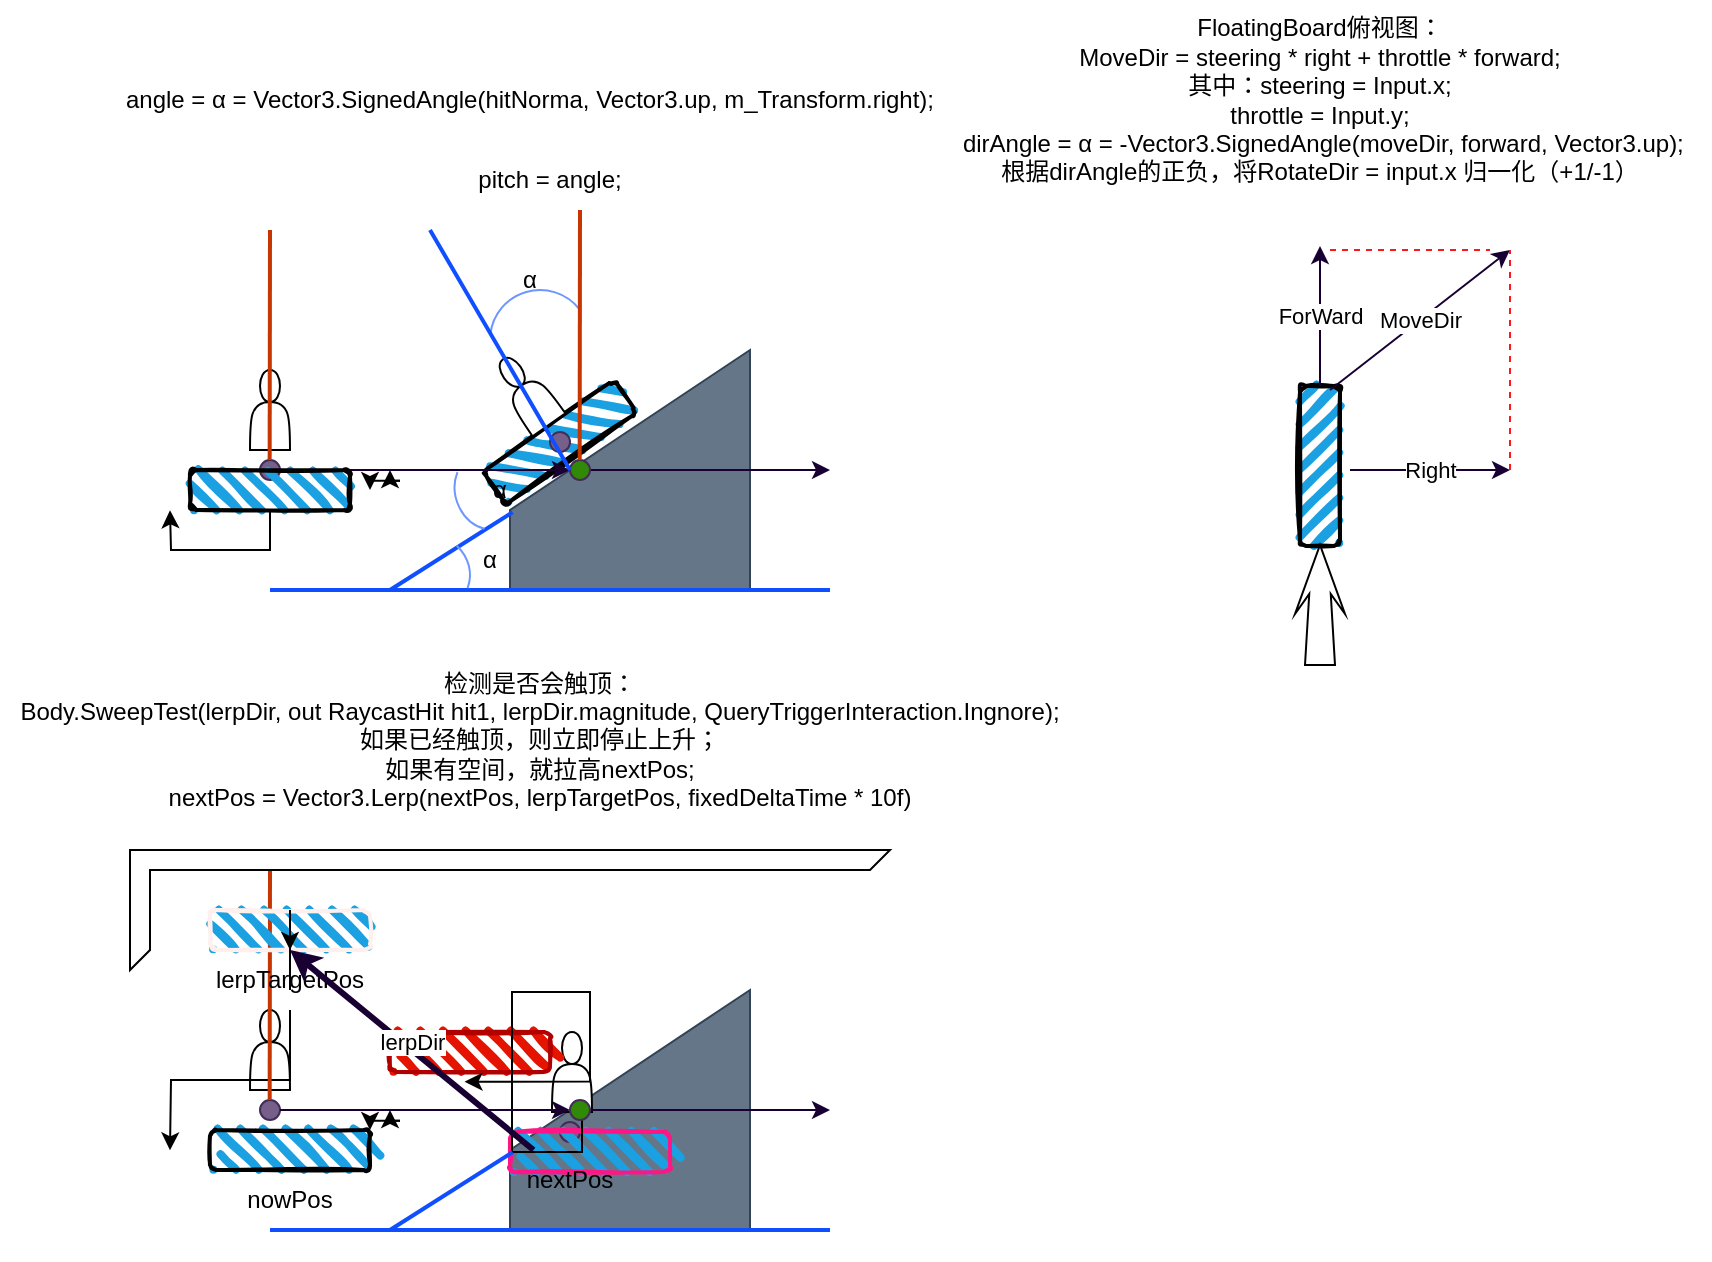
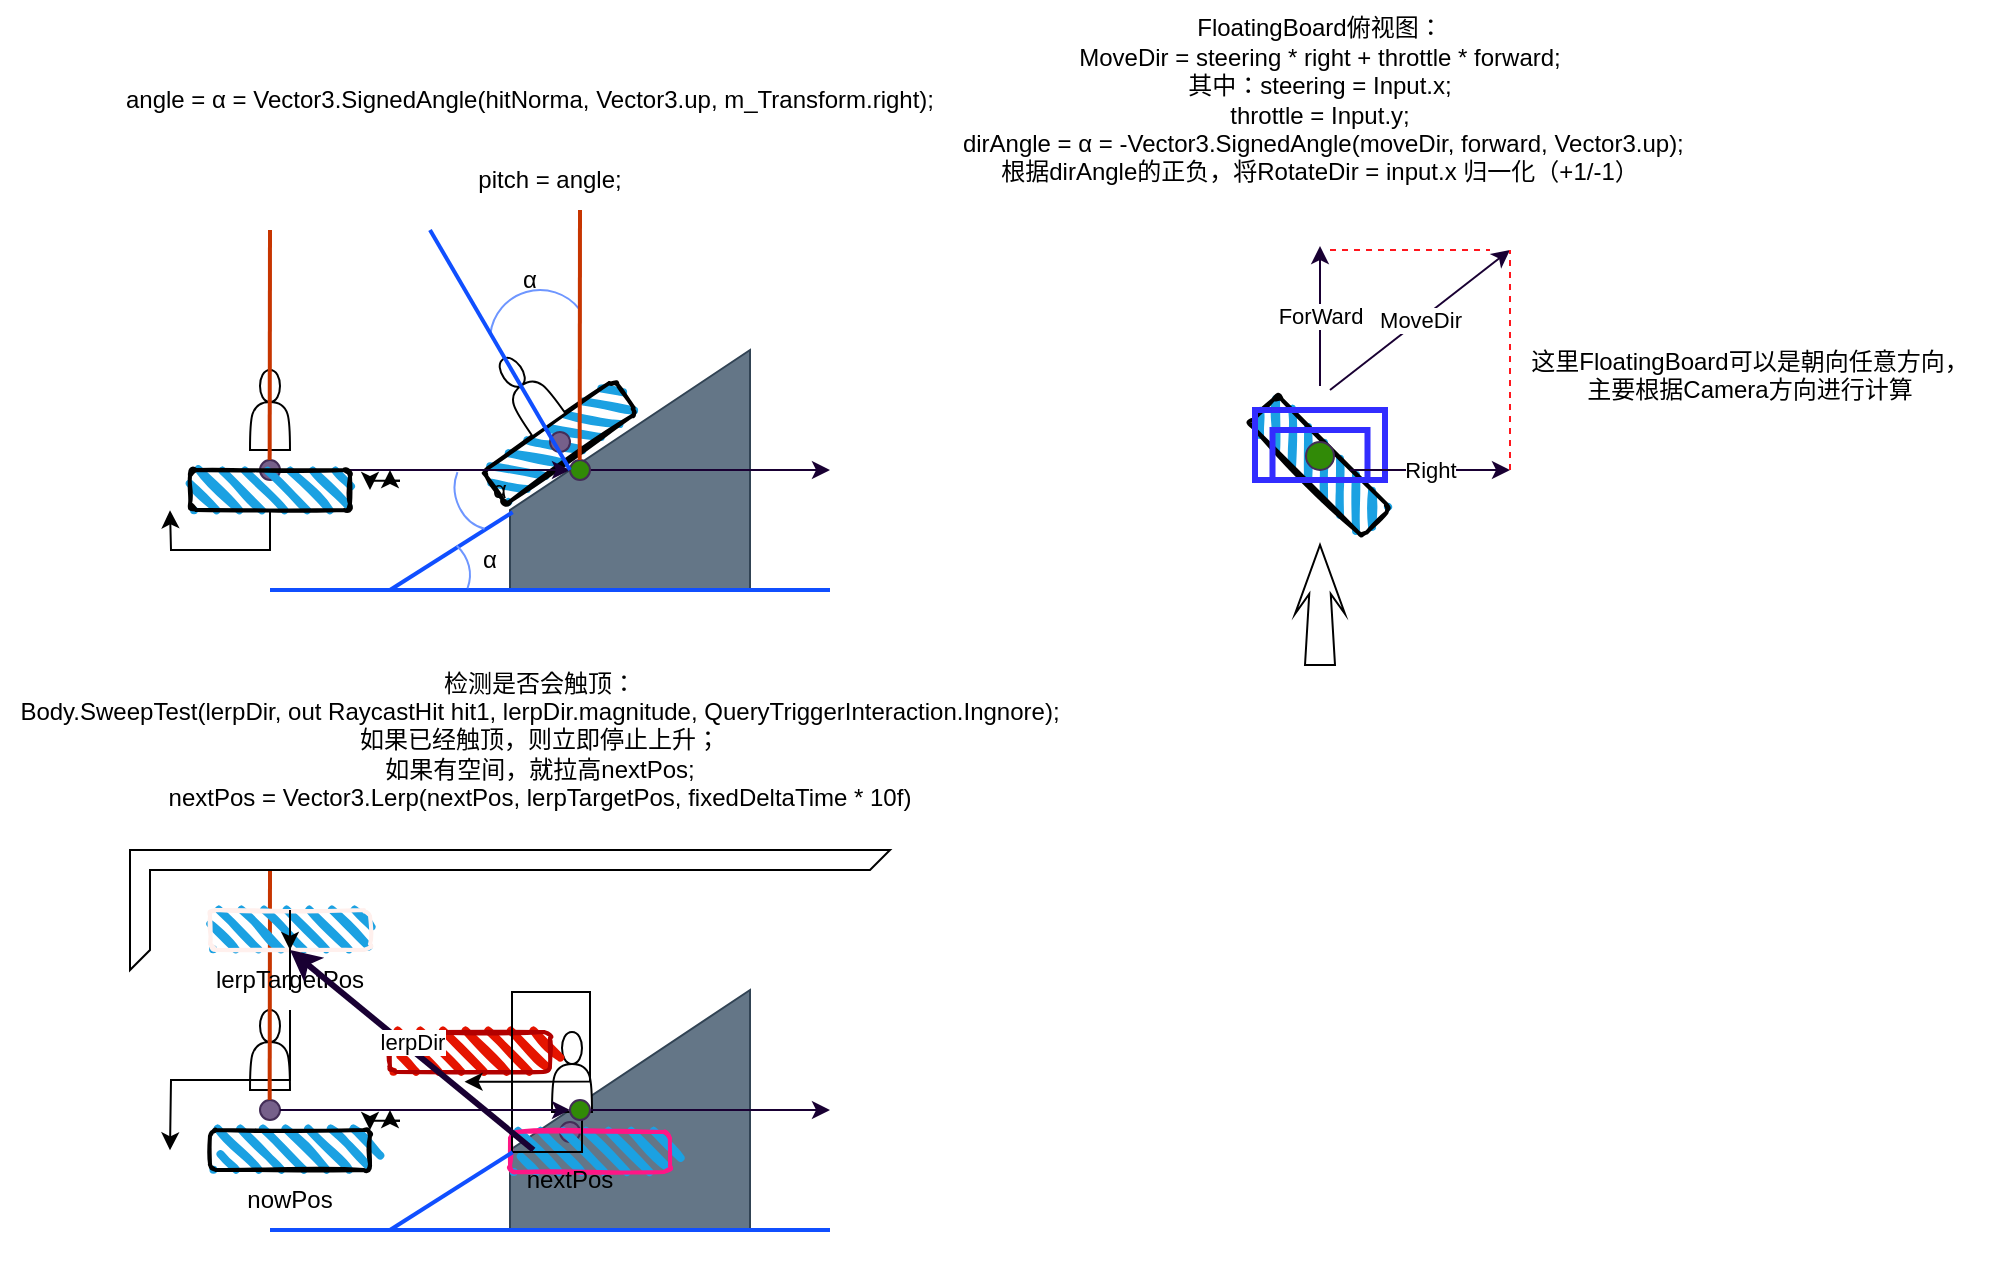
<mxfile host="app.diagrams.net">
  <diagram name="第 1 页" id="Z0DC_knzU1L9sbGcegjl">
-     <mxGraphModel dx="1557" dy="467" grid="1" gridSize="10" guides="1" tooltips="1" connect="1" arrows="1" fold="1" page="1" pageScale="1" pageWidth="827" pageHeight="1169" background="light-dark(#FFFFFF,#FFFFFF)" math="0" shadow="0">
+     <mxGraphModel dx="1338" dy="327" grid="1" gridSize="10" guides="1" tooltips="1" connect="1" arrows="1" fold="1" page="1" pageScale="1" pageWidth="827" pageHeight="1169" background="light-dark(#FFFFFF,#FFFFFF)" math="0" shadow="0">
      <root>
        <mxCell id="0" />
        <mxCell id="1" parent="0" />
        <mxCell id="fx_5rI_hlLQzRWBr8DUU-49" parent="1" style="text;html=1;whiteSpace=wrap;strokeColor=none;fillColor=none;align=center;verticalAlign=middle;rounded=0;autosize=1;resizable=0;fontColor=light-dark(#000000, #080808);" value="angle = α = Vector3.SignedAngle(hitNorma, Vector3.up, m_Transform.right);" vertex="1">
          <mxGeometry height="30" width="430" x="35" y="60" as="geometry" />
        </mxCell>
        <mxCell id="fx_5rI_hlLQzRWBr8DUU-50" parent="1" style="text;html=1;whiteSpace=wrap;strokeColor=none;fillColor=none;align=center;verticalAlign=middle;rounded=0;autosize=1;resizable=0;fontColor=light-dark(#000000, #080808);" value="FloatingBoard俯视图：&lt;br&gt;MoveDir = steering * right + throttle * forward;&lt;div&gt;其中：steering = Input.x;&lt;br&gt;throttle = Input.y;&lt;/div&gt;&lt;div&gt;&lt;span style=&quot;background-color: transparent; color: light-dark(rgb(0, 0, 0), rgb(8, 8, 8));&quot;&gt;&amp;nbsp;&lt;/span&gt;&lt;span style=&quot;background-color: transparent; color: light-dark(rgb(0, 0, 0), rgb(8, 8, 8));&quot;&gt;dirAngle =&amp;nbsp;&lt;/span&gt;α = -Vector3.SignedAngle(moveDir, forward, Vector3.up);&lt;br&gt;根据dirAngle的正负，将RotateDir = input.x 归一化（+1/-1）&lt;/div&gt;" vertex="1">
          <mxGeometry height="100" width="390" x="450" y="25" as="geometry" />
        </mxCell>
        <mxCell id="fx_5rI_hlLQzRWBr8DUU-58" connectable="0" parent="1" style="group;rotation=-90;" value="" vertex="1">
-           <mxGeometry height="25" width="210" x="540" y="240" as="geometry" />
-         </mxCell>
-         <mxCell id="fx_5rI_hlLQzRWBr8DUU-4" parent="fx_5rI_hlLQzRWBr8DUU-58" style="rounded=1;whiteSpace=wrap;html=1;strokeWidth=2;fillWeight=4;hachureGap=8;hachureAngle=45;fillColor=#1ba1e2;sketch=1;rotation=-90;" value="" vertex="1">
+           <mxGeometry height="35" width="210" x="540" y="240" as="geometry" />
+         </mxCell>
+         <mxCell id="fx_5rI_hlLQzRWBr8DUU-4" parent="fx_5rI_hlLQzRWBr8DUU-58" style="rounded=1;whiteSpace=wrap;html=1;strokeWidth=2;fillWeight=4;hachureGap=8;hachureAngle=45;fillColor=#1ba1e2;sketch=1;rotation=-135;" value="" vertex="1">
          <mxGeometry height="20" width="80" x="65" y="8" as="geometry" />
        </mxCell>
        <mxCell id="fx_5rI_hlLQzRWBr8DUU-54" parent="fx_5rI_hlLQzRWBr8DUU-58" style="html=1;shadow=0;dashed=0;align=center;verticalAlign=middle;shape=mxgraph.arrows2.stylisedArrow;dy=0.57;dx=24.48;notch=0;feather=0.4;rotation=-90;" value="" vertex="1">
          <mxGeometry height="25" width="60" x="75" y="75" as="geometry" />
        </mxCell>
        <mxCell id="fx_5rI_hlLQzRWBr8DUU-56" edge="1" parent="fx_5rI_hlLQzRWBr8DUU-58" style="endArrow=classic;html=1;rounded=0;endFill=1;strokeWidth=1;strokeColor=light-dark(#190033,#000033);" value="ForWard">
          <mxGeometry height="50" relative="1" width="50" as="geometry">
            <mxPoint x="105" y="-22" as="sourcePoint" />
            <mxPoint x="105" y="-92" as="targetPoint" />
          </mxGeometry>
+         </mxCell>
+         <mxCell id="fx_5rI_hlLQzRWBr8DUU-109" parent="fx_5rI_hlLQzRWBr8DUU-58" style="verticalLabelPosition=bottom;verticalAlign=top;html=1;shape=mxgraph.basic.rect;fillColor2=none;strokeWidth=3;size=20;indent=5;fillColor=none;strokeColor=#322DFF;" value="" vertex="1">
+           <mxGeometry height="35" width="65" x="72.5" y="-10" as="geometry" />
+         </mxCell>
+         <mxCell id="fx_5rI_hlLQzRWBr8DUU-111" parent="fx_5rI_hlLQzRWBr8DUU-58" style="verticalLabelPosition=bottom;verticalAlign=top;html=1;shape=mxgraph.basic.rect;fillColor2=none;strokeWidth=3;size=20;indent=5;fillColor=none;strokeColor=#322DFF;" value="" vertex="1">
+           <mxGeometry height="25" width="47.5" x="81.25" as="geometry" />
+         </mxCell>
+         <mxCell id="fx_5rI_hlLQzRWBr8DUU-112" parent="fx_5rI_hlLQzRWBr8DUU-58" style="ellipse;whiteSpace=wrap;html=1;aspect=fixed;strokeColor=#432D57;fillColor=#318A07;fontColor=#ffffff;" value="" vertex="1">
+           <mxGeometry height="14" width="14" x="98" y="6" as="geometry" />
        </mxCell>
        <mxCell id="fx_5rI_hlLQzRWBr8DUU-60" parent="1" style="text;html=1;whiteSpace=wrap;strokeColor=none;fillColor=none;align=center;verticalAlign=middle;rounded=0;autosize=1;resizable=0;fontColor=light-dark(#000000, #080808);" value="pitch = angle;" vertex="1">
          <mxGeometry height="30" width="100" x="210" y="100" as="geometry" />
        </mxCell>
        <mxCell id="fx_5rI_hlLQzRWBr8DUU-61" edge="1" parent="1" style="endArrow=classic;html=1;rounded=0;endFill=1;strokeWidth=1;strokeColor=light-dark(#190033,#000033);" value="Right">
          <mxGeometry height="50" relative="1" width="50" as="geometry">
            <mxPoint x="660" y="260" as="sourcePoint" />
            <mxPoint x="740" y="260" as="targetPoint" />
          </mxGeometry>
        </mxCell>
        <mxCell id="fx_5rI_hlLQzRWBr8DUU-62" edge="1" parent="1" style="endArrow=classic;html=1;rounded=0;endFill=1;strokeWidth=1;strokeColor=light-dark(#190033,#000033);" value="MoveDir">
          <mxGeometry height="50" relative="1" width="50" as="geometry">
            <mxPoint x="650" y="220" as="sourcePoint" />
            <mxPoint x="740" y="150" as="targetPoint" />
          </mxGeometry>
        </mxCell>
        <mxCell id="fx_5rI_hlLQzRWBr8DUU-63" edge="1" parent="1" style="endArrow=none;dashed=1;html=1;rounded=0;strokeColor=#FF161D;fillColor=#76608a;" value="">
          <mxGeometry height="50" relative="1" width="50" as="geometry">
            <mxPoint x="650" y="150" as="sourcePoint" />
            <mxPoint x="730" y="150" as="targetPoint" />
          </mxGeometry>
        </mxCell>
        <mxCell id="fx_5rI_hlLQzRWBr8DUU-64" edge="1" parent="1" style="endArrow=none;dashed=1;html=1;rounded=0;strokeColor=#FF161D;fillColor=#76608a;" value="">
          <mxGeometry height="50" relative="1" width="50" as="geometry">
            <mxPoint x="740" y="260" as="sourcePoint" />
            <mxPoint x="740" y="150" as="targetPoint" />
          </mxGeometry>
        </mxCell>
        <mxCell id="fx_5rI_hlLQzRWBr8DUU-65" connectable="0" parent="1" style="group" value="" vertex="1">
          <mxGeometry height="205" width="320" x="80" y="130" as="geometry" />
        </mxCell>
        <mxCell id="fx_5rI_hlLQzRWBr8DUU-37" connectable="0" parent="fx_5rI_hlLQzRWBr8DUU-65" style="group;rotation=-35;" value="" vertex="1">
          <mxGeometry height="70" width="80" x="130" y="60" as="geometry" />
        </mxCell>
        <mxCell id="fx_5rI_hlLQzRWBr8DUU-38" parent="fx_5rI_hlLQzRWBr8DUU-37" style="rounded=1;whiteSpace=wrap;html=1;strokeWidth=2;fillWeight=4;hachureGap=8;hachureAngle=45;fillColor=#1ba1e2;sketch=1;rotation=-35;" value="" vertex="1">
          <mxGeometry height="20" width="80" x="15" y="46" as="geometry" />
        </mxCell>
        <mxCell id="fx_5rI_hlLQzRWBr8DUU-39" parent="fx_5rI_hlLQzRWBr8DUU-37" style="shape=actor;whiteSpace=wrap;html=1;rotation=-35;" value="" vertex="1">
          <mxGeometry height="40" width="20" x="28" y="11" as="geometry" />
        </mxCell>
        <mxCell id="fx_5rI_hlLQzRWBr8DUU-40" parent="fx_5rI_hlLQzRWBr8DUU-37" style="ellipse;whiteSpace=wrap;html=1;aspect=fixed;strokeColor=#432D57;fillColor=#76608a;fontColor=#ffffff;rotation=-35;" value="" vertex="1">
          <mxGeometry height="10" width="10" x="50" y="51" as="geometry" />
        </mxCell>
        <mxCell id="fx_5rI_hlLQzRWBr8DUU-41" parent="fx_5rI_hlLQzRWBr8DUU-37" style="shape=mxgraph.basic.arc;html=1;startAngle=0.7682831795977167;endAngle=0.14289333360926398;endArrow=classic;endFill=1;fontColor=light-dark(default, #bb2a2a);strokeColor=#6E96FF;rotation=0;" value="" vertex="1">
          <mxGeometry height="50" width="50" x="20" y="-20" as="geometry" />
        </mxCell>
        <mxCell id="fx_5rI_hlLQzRWBr8DUU-6" parent="fx_5rI_hlLQzRWBr8DUU-65" style="shape=manualInput;boundedLbl=1;whiteSpace=wrap;html=1;size=80;fillColor=#647687;fontColor=#ffffff;strokeColor=#314354;" value="" vertex="1">
          <mxGeometry height="120" width="120" x="160" y="70" as="geometry" />
        </mxCell>
        <mxCell id="fx_5rI_hlLQzRWBr8DUU-7" connectable="0" parent="fx_5rI_hlLQzRWBr8DUU-65" style="group" value="" vertex="1">
          <mxGeometry height="70" width="80" y="70" as="geometry" />
        </mxCell>
        <mxCell id="fx_5rI_hlLQzRWBr8DUU-5" parent="fx_5rI_hlLQzRWBr8DUU-7" style="shape=actor;whiteSpace=wrap;html=1;" value="" vertex="1">
          <mxGeometry height="40" width="20" x="30" y="10" as="geometry" />
        </mxCell>
        <mxCell id="fx_5rI_hlLQzRWBr8DUU-15" parent="fx_5rI_hlLQzRWBr8DUU-7" style="ellipse;whiteSpace=wrap;html=1;aspect=fixed;strokeColor=#432D57;fillColor=#76608a;fontColor=#ffffff;" value="" vertex="1">
          <mxGeometry height="10" width="10" x="35" y="55" as="geometry" />
        </mxCell>
        <mxCell id="fx_5rI_hlLQzRWBr8DUU-52" edge="1" parent="fx_5rI_hlLQzRWBr8DUU-7" source="fx_5rI_hlLQzRWBr8DUU-51" style="edgeStyle=orthogonalEdgeStyle;rounded=0;orthogonalLoop=1;jettySize=auto;html=1;exitX=0.5;exitY=1;exitDx=0;exitDy=0;">
          <mxGeometry relative="1" as="geometry">
            <mxPoint x="-10" y="80.14285714285711" as="targetPoint" />
          </mxGeometry>
        </mxCell>
        <mxCell id="fx_5rI_hlLQzRWBr8DUU-14" edge="1" parent="fx_5rI_hlLQzRWBr8DUU-65" source="fx_5rI_hlLQzRWBr8DUU-18" style="endArrow=classic;html=1;rounded=0;endFill=1;strokeWidth=1;strokeColor=light-dark(#190033,#000033);exitX=1;exitY=0.5;exitDx=0;exitDy=0;" value="">
          <mxGeometry height="50" relative="1" width="50" as="geometry">
            <mxPoint x="120" y="129.86" as="sourcePoint" />
            <mxPoint x="320" y="130" as="targetPoint" />
          </mxGeometry>
        </mxCell>
        <mxCell id="fx_5rI_hlLQzRWBr8DUU-18" parent="fx_5rI_hlLQzRWBr8DUU-65" style="ellipse;whiteSpace=wrap;html=1;aspect=fixed;strokeColor=#432D57;fillColor=#318A07;fontColor=#ffffff;" value="" vertex="1">
          <mxGeometry height="10" width="10" x="190" y="125" as="geometry" />
        </mxCell>
        <mxCell id="fx_5rI_hlLQzRWBr8DUU-19" edge="1" parent="fx_5rI_hlLQzRWBr8DUU-65" source="fx_5rI_hlLQzRWBr8DUU-15" style="endArrow=classic;html=1;rounded=0;endFill=1;strokeWidth=1;strokeColor=light-dark(#190033,#000033);exitX=1;exitY=0.5;exitDx=0;exitDy=0;" target="fx_5rI_hlLQzRWBr8DUU-18" value="">
          <mxGeometry height="50" relative="1" width="50" as="geometry">
            <mxPoint x="45" y="130" as="sourcePoint" />
            <mxPoint x="320" y="130" as="targetPoint" />
          </mxGeometry>
        </mxCell>
        <mxCell id="fx_5rI_hlLQzRWBr8DUU-21" edge="1" parent="fx_5rI_hlLQzRWBr8DUU-65" style="endArrow=none;html=1;rounded=0;fillColor=#FFE5FC;strokeWidth=2;strokeColor=#104FFF;" value="">
          <mxGeometry height="50" relative="1" width="50" as="geometry">
            <mxPoint x="190" y="130" as="sourcePoint" />
            <mxPoint x="120" y="10" as="targetPoint" />
          </mxGeometry>
        </mxCell>
        <mxCell id="fx_5rI_hlLQzRWBr8DUU-24" edge="1" parent="fx_5rI_hlLQzRWBr8DUU-65" source="fx_5rI_hlLQzRWBr8DUU-6" style="endArrow=none;html=1;rounded=0;fillColor=#FFE5FC;strokeWidth=2;strokeColor=#104FFF;exitX=0.011;exitY=0.676;exitDx=0;exitDy=0;exitPerimeter=0;" value="">
          <mxGeometry height="50" relative="1" width="50" as="geometry">
            <mxPoint x="130" y="200" as="sourcePoint" />
            <mxPoint x="100" y="190" as="targetPoint" />
          </mxGeometry>
        </mxCell>
        <mxCell id="fx_5rI_hlLQzRWBr8DUU-25" edge="1" parent="fx_5rI_hlLQzRWBr8DUU-65" style="endArrow=none;html=1;rounded=0;fillColor=#fa6800;strokeWidth=2;strokeColor=#C73500;" value="">
          <mxGeometry height="50" relative="1" width="50" as="geometry">
            <mxPoint x="39.83000000000001" y="125" as="sourcePoint" />
            <mxPoint x="40" y="10" as="targetPoint" />
          </mxGeometry>
        </mxCell>
        <mxCell id="fx_5rI_hlLQzRWBr8DUU-26" edge="1" parent="fx_5rI_hlLQzRWBr8DUU-65" style="endArrow=none;html=1;rounded=0;fillColor=#fa6800;strokeWidth=2;strokeColor=#C73500;" value="">
          <mxGeometry height="50" relative="1" width="50" as="geometry">
            <mxPoint x="194.83000000000004" y="125" as="sourcePoint" />
            <mxPoint x="195" as="targetPoint" />
          </mxGeometry>
        </mxCell>
        <mxCell id="fx_5rI_hlLQzRWBr8DUU-28" edge="1" parent="fx_5rI_hlLQzRWBr8DUU-65" style="endArrow=none;html=1;rounded=0;fillColor=#FFE5FC;strokeWidth=2;strokeColor=light-dark(#104FFF, #000000);" value="">
          <mxGeometry height="50" relative="1" width="50" as="geometry">
            <mxPoint x="320" y="190" as="sourcePoint" />
            <mxPoint x="40" y="190" as="targetPoint" />
          </mxGeometry>
        </mxCell>
        <mxCell id="fx_5rI_hlLQzRWBr8DUU-31" parent="fx_5rI_hlLQzRWBr8DUU-65" style="text;html=1;whiteSpace=wrap;strokeColor=none;fillColor=none;align=center;verticalAlign=middle;rounded=0;autosize=1;resizable=0;fontColor=light-dark(#000000, #080808);" value="α" vertex="1">
          <mxGeometry height="30" width="30" x="135" y="160" as="geometry" />
        </mxCell>
        <mxCell id="fx_5rI_hlLQzRWBr8DUU-33" parent="fx_5rI_hlLQzRWBr8DUU-65" style="text;html=1;whiteSpace=wrap;strokeColor=none;fillColor=none;align=center;verticalAlign=middle;rounded=0;autosize=1;resizable=0;fontColor=light-dark(#000000, #080808);" value="α" vertex="1">
          <mxGeometry height="30" width="30" x="140" y="125" as="geometry" />
        </mxCell>
        <mxCell id="fx_5rI_hlLQzRWBr8DUU-35" parent="fx_5rI_hlLQzRWBr8DUU-65" style="text;html=1;whiteSpace=wrap;strokeColor=none;fillColor=none;align=center;verticalAlign=middle;rounded=0;autosize=1;resizable=0;fontColor=light-dark(#000000, #080808);" value="α" vertex="1">
          <mxGeometry height="30" width="30" x="155" y="20" as="geometry" />
        </mxCell>
        <mxCell id="fx_5rI_hlLQzRWBr8DUU-43" edge="1" parent="fx_5rI_hlLQzRWBr8DUU-65" style="edgeStyle=orthogonalEdgeStyle;rounded=0;orthogonalLoop=1;jettySize=auto;html=1;">
          <mxGeometry relative="1" as="geometry">
            <mxPoint x="105" y="135.35533905932732" as="sourcePoint" />
            <mxPoint x="100" y="130" as="targetPoint" />
          </mxGeometry>
        </mxCell>
        <mxCell id="fx_5rI_hlLQzRWBr8DUU-44" edge="1" parent="fx_5rI_hlLQzRWBr8DUU-65" style="edgeStyle=orthogonalEdgeStyle;rounded=0;orthogonalLoop=1;jettySize=auto;html=1;">
          <mxGeometry relative="1" as="geometry">
            <mxPoint x="105" y="135.35533905932732" as="sourcePoint" />
            <mxPoint x="90" y="140" as="targetPoint" />
          </mxGeometry>
        </mxCell>
        <mxCell id="fx_5rI_hlLQzRWBr8DUU-45" parent="fx_5rI_hlLQzRWBr8DUU-65" style="shape=mxgraph.basic.arc;html=1;startAngle=0.822107692393224;endAngle=0.11112848892826835;endArrow=classic;endFill=1;fontColor=light-dark(default, #bb2a2a);strokeColor=#6E96FF;rotation=-105;" value="" vertex="1">
          <mxGeometry height="35" width="40" x="130" y="122.49999999999997" as="geometry" />
        </mxCell>
        <mxCell id="fx_5rI_hlLQzRWBr8DUU-47" parent="fx_5rI_hlLQzRWBr8DUU-65" style="shape=mxgraph.basic.arc;html=1;startAngle=0.20235438405496714;endAngle=0.3627813740139013;endArrow=classic;endFill=1;fontColor=light-dark(default, #bb2a2a);strokeColor=#6E96FF;rotation=-180;flipH=1;legacyAnchorPoints=0;" value="" vertex="1">
          <mxGeometry height="45" width="55" x="85" y="160" as="geometry" />
        </mxCell>
        <mxCell id="fx_5rI_hlLQzRWBr8DUU-51" parent="fx_5rI_hlLQzRWBr8DUU-65" style="rounded=1;whiteSpace=wrap;html=1;strokeWidth=2;fillWeight=4;hachureGap=8;hachureAngle=45;fillColor=#1ba1e2;sketch=1;" value="" vertex="1">
          <mxGeometry height="20" width="80" y="130" as="geometry" />
        </mxCell>
        <mxCell id="fx_5rI_hlLQzRWBr8DUU-66" connectable="0" parent="1" style="group" value="" vertex="1">
          <mxGeometry height="205" width="355" x="80" y="450" as="geometry" />
        </mxCell>
        <mxCell id="fx_5rI_hlLQzRWBr8DUU-104" connectable="0" parent="fx_5rI_hlLQzRWBr8DUU-66" style="group" value="" vertex="1">
          <mxGeometry height="180" width="350" y="10" as="geometry" />
        </mxCell>
        <mxCell id="fx_5rI_hlLQzRWBr8DUU-72" parent="fx_5rI_hlLQzRWBr8DUU-104" style="shape=manualInput;boundedLbl=1;whiteSpace=wrap;html=1;size=80;fillColor=#647687;fontColor=#ffffff;strokeColor=#314354;" value="" vertex="1">
          <mxGeometry height="120" width="120" x="160" y="60" as="geometry" />
        </mxCell>
        <mxCell id="fx_5rI_hlLQzRWBr8DUU-67" connectable="0" parent="fx_5rI_hlLQzRWBr8DUU-104" style="group;rotation=0;" value="" vertex="1">
          <mxGeometry height="70" width="80" x="150" y="70" as="geometry" />
        </mxCell>
        <mxCell id="fx_5rI_hlLQzRWBr8DUU-69" parent="fx_5rI_hlLQzRWBr8DUU-67" style="shape=actor;whiteSpace=wrap;html=1;rotation=0;" value="" vertex="1">
          <mxGeometry height="40" width="20" x="31" y="11" as="geometry" />
        </mxCell>
        <mxCell id="fx_5rI_hlLQzRWBr8DUU-70" parent="fx_5rI_hlLQzRWBr8DUU-67" style="ellipse;whiteSpace=wrap;html=1;aspect=fixed;strokeColor=#432D57;fillColor=#76608a;fontColor=#ffffff;rotation=0;" value="" vertex="1">
          <mxGeometry height="10" width="10" x="35" y="56" as="geometry" />
        </mxCell>
        <mxCell id="fx_5rI_hlLQzRWBr8DUU-103" parent="fx_5rI_hlLQzRWBr8DUU-67" style="rounded=1;whiteSpace=wrap;html=1;strokeWidth=2;fillWeight=4;hachureGap=8;hachureAngle=45;fillColor=#1ba1e2;sketch=1;rotation=0;strokeColor=#FF1686;" value="" vertex="1">
          <mxGeometry height="20" width="80" x="10" y="61" as="geometry" />
        </mxCell>
        <mxCell id="fx_5rI_hlLQzRWBr8DUU-68" parent="fx_5rI_hlLQzRWBr8DUU-67" style="rounded=1;whiteSpace=wrap;html=1;strokeWidth=2;fillWeight=4;hachureGap=8;hachureAngle=45;fillColor=#e51400;sketch=1;rotation=0;strokeColor=#B20000;fontColor=#ffffff;" value="" vertex="1">
          <mxGeometry height="20" width="80" x="-50" y="11" as="geometry" />
        </mxCell>
        <mxCell id="fx_5rI_hlLQzRWBr8DUU-93" edge="1" parent="fx_5rI_hlLQzRWBr8DUU-67" source="fx_5rI_hlLQzRWBr8DUU-69" style="edgeStyle=orthogonalEdgeStyle;rounded=0;orthogonalLoop=1;jettySize=auto;html=1;exitX=0.75;exitY=1;exitDx=0;exitDy=0;entryX=0.466;entryY=1.242;entryDx=0;entryDy=0;entryPerimeter=0;" target="fx_5rI_hlLQzRWBr8DUU-68">
          <mxGeometry relative="1" as="geometry" />
        </mxCell>
        <mxCell id="fx_5rI_hlLQzRWBr8DUU-73" connectable="0" parent="fx_5rI_hlLQzRWBr8DUU-104" style="group" value="" vertex="1">
          <mxGeometry height="70" width="85" y="60" as="geometry" />
        </mxCell>
        <mxCell id="fx_5rI_hlLQzRWBr8DUU-74" parent="fx_5rI_hlLQzRWBr8DUU-73" style="shape=actor;whiteSpace=wrap;html=1;" value="" vertex="1">
          <mxGeometry height="40" width="20" x="30" y="10" as="geometry" />
        </mxCell>
        <mxCell id="fx_5rI_hlLQzRWBr8DUU-75" parent="fx_5rI_hlLQzRWBr8DUU-73" style="ellipse;whiteSpace=wrap;html=1;aspect=fixed;strokeColor=#432D57;fillColor=#76608a;fontColor=#ffffff;" value="" vertex="1">
          <mxGeometry height="10" width="10" x="35" y="55" as="geometry" />
        </mxCell>
        <mxCell id="fx_5rI_hlLQzRWBr8DUU-76" edge="1" parent="fx_5rI_hlLQzRWBr8DUU-73" source="fx_5rI_hlLQzRWBr8DUU-97" style="edgeStyle=orthogonalEdgeStyle;rounded=0;orthogonalLoop=1;jettySize=auto;html=1;exitX=0.5;exitY=1;exitDx=0;exitDy=0;">
          <mxGeometry relative="1" as="geometry">
            <mxPoint x="-10" y="80.14285714285711" as="targetPoint" />
          </mxGeometry>
        </mxCell>
        <mxCell id="fx_5rI_hlLQzRWBr8DUU-77" edge="1" parent="fx_5rI_hlLQzRWBr8DUU-104" source="fx_5rI_hlLQzRWBr8DUU-78" style="endArrow=classic;html=1;rounded=0;endFill=1;strokeWidth=1;strokeColor=light-dark(#190033,#000033);exitX=1;exitY=0.5;exitDx=0;exitDy=0;" value="">
          <mxGeometry height="50" relative="1" width="50" as="geometry">
            <mxPoint x="120" y="119.86000000000001" as="sourcePoint" />
            <mxPoint x="320" y="120" as="targetPoint" />
          </mxGeometry>
        </mxCell>
        <mxCell id="fx_5rI_hlLQzRWBr8DUU-78" parent="fx_5rI_hlLQzRWBr8DUU-104" style="ellipse;whiteSpace=wrap;html=1;aspect=fixed;strokeColor=#432D57;fillColor=#318A07;fontColor=#ffffff;" value="" vertex="1">
          <mxGeometry height="10" width="10" x="190" y="115" as="geometry" />
        </mxCell>
        <mxCell id="fx_5rI_hlLQzRWBr8DUU-79" edge="1" parent="fx_5rI_hlLQzRWBr8DUU-104" source="fx_5rI_hlLQzRWBr8DUU-75" style="endArrow=classic;html=1;rounded=0;endFill=1;strokeWidth=1;strokeColor=light-dark(#190033,#000033);exitX=1;exitY=0.5;exitDx=0;exitDy=0;" target="fx_5rI_hlLQzRWBr8DUU-78" value="">
          <mxGeometry height="50" relative="1" width="50" as="geometry">
            <mxPoint x="45" y="120" as="sourcePoint" />
            <mxPoint x="320" y="120" as="targetPoint" />
          </mxGeometry>
        </mxCell>
        <mxCell id="fx_5rI_hlLQzRWBr8DUU-81" edge="1" parent="fx_5rI_hlLQzRWBr8DUU-104" source="fx_5rI_hlLQzRWBr8DUU-72" style="endArrow=none;html=1;rounded=0;fillColor=#FFE5FC;strokeWidth=2;strokeColor=#104FFF;exitX=0.011;exitY=0.676;exitDx=0;exitDy=0;exitPerimeter=0;" value="">
          <mxGeometry height="50" relative="1" width="50" as="geometry">
            <mxPoint x="130" y="190" as="sourcePoint" />
            <mxPoint x="100" y="180" as="targetPoint" />
          </mxGeometry>
        </mxCell>
        <mxCell id="fx_5rI_hlLQzRWBr8DUU-82" edge="1" parent="fx_5rI_hlLQzRWBr8DUU-104" style="endArrow=none;html=1;rounded=0;fillColor=#fa6800;strokeWidth=2;strokeColor=#C73500;" value="">
          <mxGeometry height="50" relative="1" width="50" as="geometry">
            <mxPoint x="39.83000000000001" y="115" as="sourcePoint" />
            <mxPoint x="40" as="targetPoint" />
          </mxGeometry>
        </mxCell>
        <mxCell id="fx_5rI_hlLQzRWBr8DUU-84" edge="1" parent="fx_5rI_hlLQzRWBr8DUU-104" style="endArrow=none;html=1;rounded=0;fillColor=#FFE5FC;strokeWidth=2;strokeColor=light-dark(#104FFF, #000000);" value="">
          <mxGeometry height="50" relative="1" width="50" as="geometry">
            <mxPoint x="320" y="180" as="sourcePoint" />
            <mxPoint x="40" y="180" as="targetPoint" />
          </mxGeometry>
        </mxCell>
        <mxCell id="fx_5rI_hlLQzRWBr8DUU-88" edge="1" parent="fx_5rI_hlLQzRWBr8DUU-104" style="edgeStyle=orthogonalEdgeStyle;rounded=0;orthogonalLoop=1;jettySize=auto;html=1;">
          <mxGeometry relative="1" as="geometry">
            <mxPoint x="105" y="125.35533905932732" as="sourcePoint" />
            <mxPoint x="100" y="120" as="targetPoint" />
          </mxGeometry>
        </mxCell>
        <mxCell id="fx_5rI_hlLQzRWBr8DUU-89" edge="1" parent="fx_5rI_hlLQzRWBr8DUU-104" style="edgeStyle=orthogonalEdgeStyle;rounded=0;orthogonalLoop=1;jettySize=auto;html=1;">
          <mxGeometry relative="1" as="geometry">
            <mxPoint x="105" y="125.35533905932732" as="sourcePoint" />
            <mxPoint x="90" y="130" as="targetPoint" />
          </mxGeometry>
        </mxCell>
        <mxCell id="fx_5rI_hlLQzRWBr8DUU-92" parent="fx_5rI_hlLQzRWBr8DUU-104" style="rounded=1;whiteSpace=wrap;html=1;strokeWidth=2;fillWeight=4;hachureGap=8;hachureAngle=45;fillColor=#1ba1e2;sketch=1;strokeColor=#FFF0ED;" value="" vertex="1">
          <mxGeometry height="20" width="80" x="10" y="20" as="geometry" />
        </mxCell>
        <mxCell id="fx_5rI_hlLQzRWBr8DUU-94" parent="fx_5rI_hlLQzRWBr8DUU-104" style="text;html=1;whiteSpace=wrap;strokeColor=none;fillColor=none;align=center;verticalAlign=middle;rounded=0;autosize=1;resizable=0;fontColor=light-dark(#000000, #080808);" value="nextPos" vertex="1">
          <mxGeometry height="30" width="70" x="155" y="140" as="geometry" />
        </mxCell>
        <mxCell id="fx_5rI_hlLQzRWBr8DUU-95" parent="fx_5rI_hlLQzRWBr8DUU-104" style="text;html=1;whiteSpace=wrap;strokeColor=none;fillColor=none;align=center;verticalAlign=middle;rounded=0;autosize=1;resizable=0;fontColor=light-dark(#000000, #080808);" value="nowPos" vertex="1">
          <mxGeometry height="30" width="70" x="15" y="150" as="geometry" />
        </mxCell>
        <mxCell id="fx_5rI_hlLQzRWBr8DUU-96" parent="fx_5rI_hlLQzRWBr8DUU-104" style="rounded=1;whiteSpace=wrap;html=1;strokeWidth=2;fillWeight=4;hachureGap=8;hachureAngle=45;fillColor=#1ba1e2;sketch=1;" value="" vertex="1">
          <mxGeometry height="20" width="80" x="10" y="130" as="geometry" />
        </mxCell>
        <mxCell id="fx_5rI_hlLQzRWBr8DUU-98" edge="1" parent="fx_5rI_hlLQzRWBr8DUU-104" source="fx_5rI_hlLQzRWBr8DUU-92" style="edgeStyle=orthogonalEdgeStyle;rounded=0;orthogonalLoop=1;jettySize=auto;html=1;exitX=0.5;exitY=1;exitDx=0;exitDy=0;" target="fx_5rI_hlLQzRWBr8DUU-97" value="">
          <mxGeometry relative="1" as="geometry">
            <mxPoint x="130" y="540" as="sourcePoint" />
            <mxPoint x="70" y="620.1428571428571" as="targetPoint" />
          </mxGeometry>
        </mxCell>
        <mxCell id="fx_5rI_hlLQzRWBr8DUU-97" parent="fx_5rI_hlLQzRWBr8DUU-104" style="text;html=1;whiteSpace=wrap;strokeColor=none;fillColor=none;align=center;verticalAlign=middle;rounded=0;autosize=1;resizable=0;fontColor=light-dark(#000000, #080808);" value="lerpTargetPos" vertex="1">
          <mxGeometry height="30" width="100" y="40" as="geometry" />
        </mxCell>
        <mxCell id="fx_5rI_hlLQzRWBr8DUU-100" edge="1" parent="fx_5rI_hlLQzRWBr8DUU-104" source="fx_5rI_hlLQzRWBr8DUU-94" style="endArrow=classic;html=1;rounded=0;endFill=1;strokeWidth=3;strokeColor=light-dark(#190033,#000033);entryX=0.5;entryY=0;entryDx=0;entryDy=0;" target="fx_5rI_hlLQzRWBr8DUU-97" value="">
          <mxGeometry height="50" relative="1" width="50" as="geometry">
            <mxPoint x="110" y="29.799999999999997" as="sourcePoint" />
            <mxPoint x="230" y="29.799999999999997" as="targetPoint" />
          </mxGeometry>
        </mxCell>
        <mxCell id="fx_5rI_hlLQzRWBr8DUU-101" connectable="0" parent="fx_5rI_hlLQzRWBr8DUU-100" style="edgeLabel;html=1;align=center;verticalAlign=middle;resizable=0;points=[];" value="lerpDir" vertex="1">
          <mxGeometry relative="1" x="0.0382" y="-3" as="geometry">
            <mxPoint as="offset" />
          </mxGeometry>
        </mxCell>
        <mxCell id="fx_5rI_hlLQzRWBr8DUU-105" parent="fx_5rI_hlLQzRWBr8DUU-104" style="verticalLabelPosition=bottom;verticalAlign=top;html=1;shape=mxgraph.basic.frame_corner;dx=10;whiteSpace=wrap;" value="" vertex="1">
          <mxGeometry height="60" width="380" x="-30" y="-10" as="geometry" />
        </mxCell>
        <mxCell id="fx_5rI_hlLQzRWBr8DUU-102" parent="1" style="text;html=1;whiteSpace=wrap;strokeColor=none;fillColor=none;align=center;verticalAlign=middle;rounded=0;autosize=1;resizable=0;fontColor=light-dark(#000000, #080808);" value="&lt;div&gt;检测是否会触顶：&lt;/div&gt;&lt;div&gt;Body.SweepTest(lerpDir, out RaycastHit hit1, lerpDir.magnitude, QueryTriggerInteraction.Ingnore);&lt;/div&gt;&lt;div&gt;如果已经触顶，则立即停止上升；&lt;/div&gt;&lt;div&gt;如果有空间，就拉高nextPos;&lt;/div&gt;nextPos = Vector3.Lerp(nextPos, lerpTargetPos, fixedDeltaTime * 10f)" vertex="1">
          <mxGeometry height="90" width="540" x="-15" y="350" as="geometry" />
+         </mxCell>
+         <mxCell id="fx_5rI_hlLQzRWBr8DUU-106" parent="1" style="text;html=1;whiteSpace=wrap;strokeColor=none;fillColor=none;align=center;verticalAlign=middle;rounded=0;autosize=1;resizable=0;fontColor=light-dark(#000000, #080808);" value="这里FloatingBoard可以是朝向任意方向，&lt;div&gt;主要根据Camera方向进行计算&lt;div&gt;&lt;br&gt;&lt;/div&gt;&lt;/div&gt;" vertex="1">
+           <mxGeometry height="60" width="240" x="740" y="190" as="geometry" />
        </mxCell>
      </root>
    </mxGraphModel>
  </diagram>
</mxfile>
